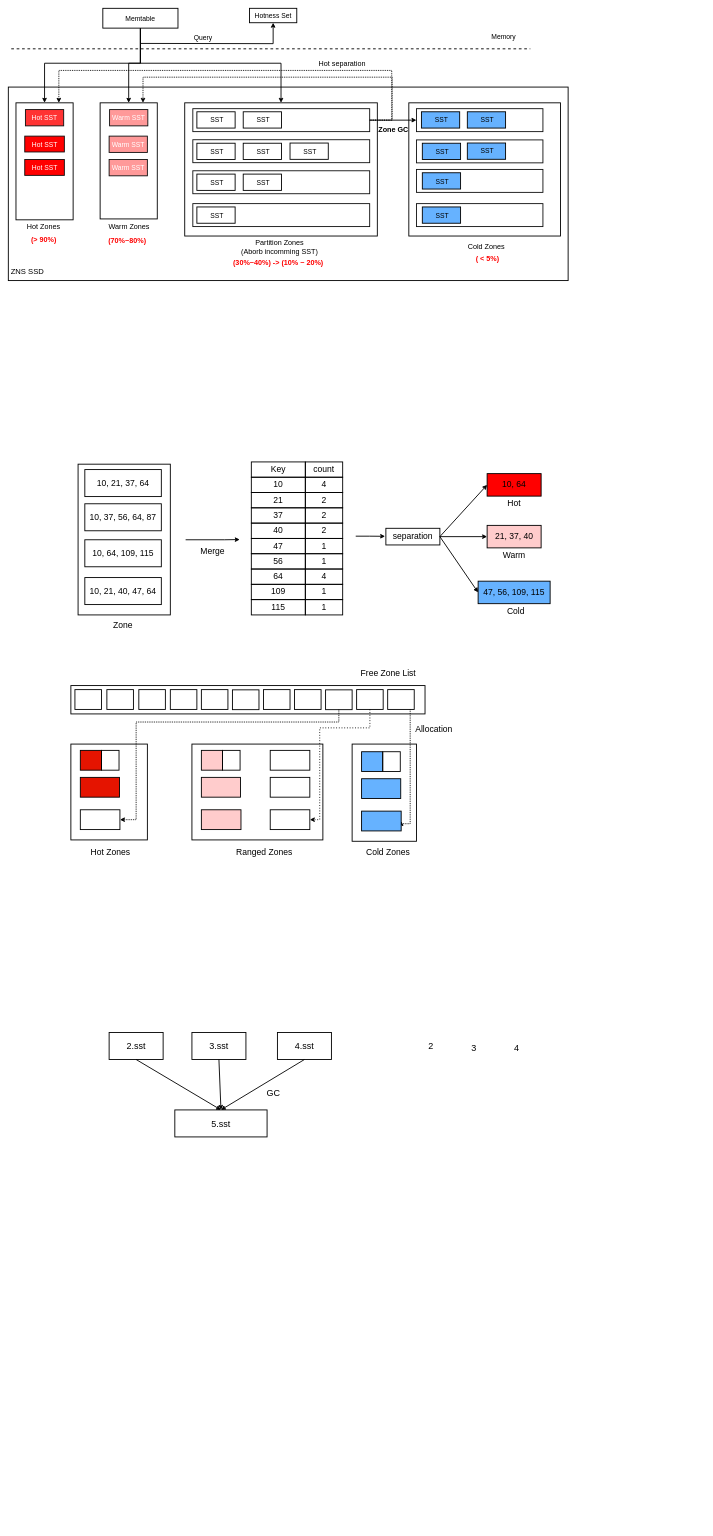
The draw.io diagram page "第 9 页" (9 of 9) of TerarkDB.drawio in Holworth/DrawIO, before the edit. Source tidied: cells renumbered, new cells numbered last; positions are measured from the earlier drawing's top-left corner, leaving out a move shared by most shapes. Both pictures are drawn from the tidied source at 45%, with x=0, y=0 at pixel (8, 8).
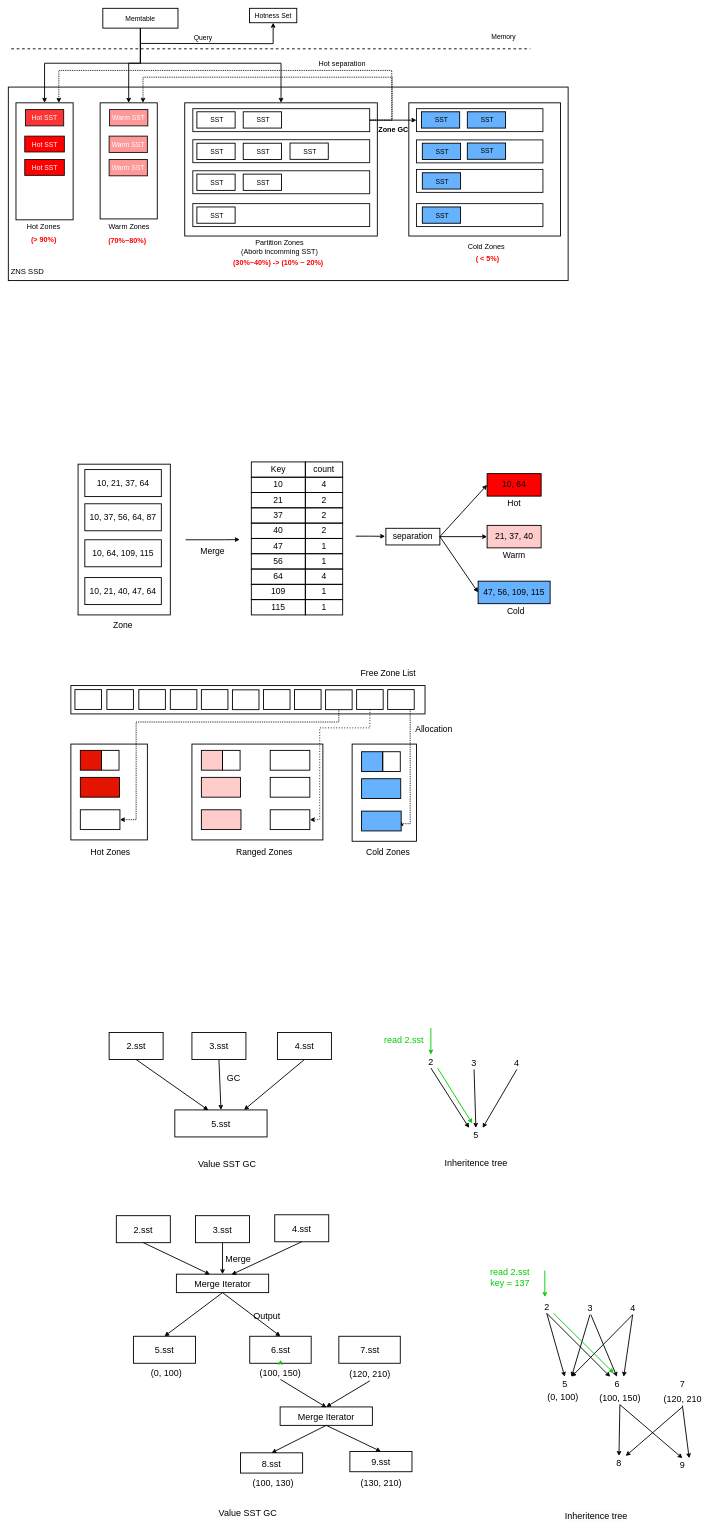
After the change.

The change refers to these unchanged cells:
```xml
<mxCell id="135" value="&lt;font style=&quot;font-size: 20px;&quot;&gt;2.sst&lt;/font&gt;" style="rounded=0;whiteSpace=wrap;html=1;fontSize=16;fillColor=none;gradientColor=default;strokeWidth=2;" parent="1" vertex="1">
  <mxGeometry x="224" y="2276" width="120" height="60" as="geometry" />
</mxCell>
<mxCell id="137" value="&lt;font style=&quot;font-size: 20px;&quot;&gt;4.sst&lt;/font&gt;" style="rounded=0;whiteSpace=wrap;html=1;fontSize=16;fillColor=none;gradientColor=default;strokeWidth=2;" parent="1" vertex="1">
  <mxGeometry x="598" y="2276" width="120" height="60" as="geometry" />
</mxCell>
<mxCell id="138" value="5.sst" style="rounded=0;whiteSpace=wrap;html=1;strokeWidth=2;fontSize=20;fillColor=none;gradientColor=default;" parent="1" vertex="1">
  <mxGeometry x="370" y="2448" width="205" height="60" as="geometry" />
</mxCell>
```

The edit, as a diff of the source:
```diff
@@
-    <mxCell id="139" style="endArrow=classic;html=1;rounded=0;strokeWidth=2;fontSize=20;exitX=0.5;exitY=1;exitDx=0;exitDy=0;entryX=0.5;entryY=0;entryDx=0;entryDy=0;" parent="1" edge="1" source="135" target="138">
+    <mxCell id="139" style="endArrow=classic;html=1;rounded=0;strokeWidth=2;fontSize=20;exitX=0.5;exitY=1;exitDx=0;exitDy=0;entryX=0.364;entryY=0.012;entryDx=0;entryDy=0;entryPerimeter=0;" parent="1" edge="1" source="135" target="138">
       <mxGeometry relative="1" as="geometry" />
     </mxCell>
@@
-    <mxCell id="141" style="endArrow=classic;html=1;rounded=0;strokeWidth=2;fontSize=20;exitX=0.5;exitY=1;exitDx=0;exitDy=0;entryX=0.5;entryY=0;entryDx=0;entryDy=0;" parent="1" edge="1" source="137" target="138">
+    <mxCell id="141" style="endArrow=classic;html=1;rounded=0;strokeWidth=2;fontSize=20;exitX=0.5;exitY=1;exitDx=0;exitDy=0;entryX=0.75;entryY=0;entryDx=0;entryDy=0;" parent="1" edge="1" source="137" target="138">
       <mxGeometry relative="1" as="geometry" />
     </mxCell>
     <mxCell id="142" value="GC" style="text;html=1;strokeColor=none;fillColor=none;align=center;verticalAlign=middle;whiteSpace=wrap;rounded=0;fontSize=20;" parent="1" vertex="1">
-      <mxGeometry x="553.5" y="2394" width="70" height="30" as="geometry" />
+      <mxGeometry x="466" y="2362" width="70" height="30" as="geometry" />
     </mxCell>
-    <mxCell id="143" value="2" style="text;html=1;strokeColor=none;fillColor=none;align=center;verticalAlign=middle;whiteSpace=wrap;rounded=0;fontSize=20;" parent="1" vertex="1">
-      <mxGeometry x="909" y="2291" width="60" height="30" as="geometry" />
+    <mxCell id="143" value="2" style="text;html=1;strokeColor=none;fillColor=none;align=center;verticalAlign=middle;whiteSpace=wrap;rounded=0;fontSize=20;strokeWidth=2;" parent="1" vertex="1">
+      <mxGeometry x="909" y="2325" width="60" height="30" as="geometry" />
     </mxCell>
-    <mxCell id="144" value="3" style="text;html=1;strokeColor=none;fillColor=none;align=center;verticalAlign=middle;whiteSpace=wrap;rounded=0;fontSize=20;" parent="1" vertex="1">
-      <mxGeometry x="1005" y="2294" width="60" height="30" as="geometry" />
+    <mxCell id="144" value="3" style="text;html=1;strokeColor=none;fillColor=none;align=center;verticalAlign=middle;whiteSpace=wrap;rounded=0;fontSize=20;strokeWidth=2;" parent="1" vertex="1">
+      <mxGeometry x="1005" y="2328" width="60" height="30" as="geometry" />
     </mxCell>
-    <mxCell id="145" value="4" style="text;html=1;strokeColor=none;fillColor=none;align=center;verticalAlign=middle;whiteSpace=wrap;rounded=0;fontSize=20;" parent="1" vertex="1">
-      <mxGeometry x="1100" y="2294" width="60" height="30" as="geometry" />
+    <mxCell id="145" value="4" style="text;html=1;strokeColor=none;fillColor=none;align=center;verticalAlign=middle;whiteSpace=wrap;rounded=0;fontSize=20;strokeWidth=2;" parent="1" vertex="1">
+      <mxGeometry x="1100" y="2328" width="60" height="30" as="geometry" />
     </mxCell>
+    <mxCell id="146" value="5" style="text;html=1;strokeColor=none;fillColor=none;align=center;verticalAlign=middle;whiteSpace=wrap;rounded=0;fontSize=20;strokeWidth=2;" parent="1" vertex="1">
+      <mxGeometry x="1009" y="2488" width="60" height="30" as="geometry" />
+    </mxCell>
+    <mxCell id="147" style="endArrow=classic;html=1;rounded=0;strokeWidth=2;fontSize=20;exitX=0.5;exitY=1;exitDx=0;exitDy=0;entryX=0.25;entryY=0;entryDx=0;entryDy=0;" parent="1" edge="1" source="143" target="146">
+      <mxGeometry relative="1" as="geometry" />
+    </mxCell>
+    <mxCell id="148" style="endArrow=classic;html=1;rounded=0;strokeWidth=2;fontSize=20;exitX=0.5;exitY=1;exitDx=0;exitDy=0;entryX=0.5;entryY=0;entryDx=0;entryDy=0;" parent="1" edge="1" source="144" target="146">
+      <mxGeometry relative="1" as="geometry" />
+    </mxCell>
+    <mxCell id="149" style="endArrow=classic;html=1;rounded=0;strokeWidth=2;fontSize=20;exitX=0.5;exitY=1;exitDx=0;exitDy=0;entryX=0.75;entryY=0;entryDx=0;entryDy=0;" parent="1" edge="1" source="145" target="146">
+      <mxGeometry relative="1" as="geometry" />
+    </mxCell>
+    <mxCell id="150" value="Inheritence tree" style="text;html=1;strokeColor=none;fillColor=none;align=center;verticalAlign=middle;whiteSpace=wrap;rounded=0;fontSize=20;" parent="1" vertex="1">
+      <mxGeometry x="959" y="2550" width="161" height="30" as="geometry" />
+    </mxCell>
+    <mxCell id="151" style="endArrow=classic;html=1;rounded=0;strokeWidth=2;fontSize=20;entryX=0.5;entryY=0;entryDx=0;entryDy=0;strokeColor=#00CC00;" parent="1" edge="1" target="143">
+      <mxGeometry relative="1" as="geometry">
+        <mxPoint x="939" y="2266" as="sourcePoint" />
+      </mxGeometry>
+    </mxCell>
+    <mxCell id="152" style="endArrow=classic;html=1;rounded=0;strokeWidth=2;fontSize=20;strokeColor=#00CC00;exitX=0.75;exitY=1;exitDx=0;exitDy=0;" parent="1" edge="1" source="143">
+      <mxGeometry relative="1" as="geometry">
+        <mxPoint x="1031" y="2478" as="targetPoint" />
+      </mxGeometry>
+    </mxCell>
+    <mxCell id="153" value="&lt;font color=&quot;#00cc00&quot;&gt;read 2.sst&lt;/font&gt;" style="text;html=1;strokeColor=none;fillColor=none;align=center;verticalAlign=middle;whiteSpace=wrap;rounded=0;fontSize=20;" parent="1" vertex="1">
+      <mxGeometry x="828" y="2276" width="102" height="30" as="geometry" />
+    </mxCell>
+    <mxCell id="154" value="Value SST GC" style="text;html=1;strokeColor=none;fillColor=none;align=center;verticalAlign=middle;whiteSpace=wrap;rounded=0;fontSize=20;" parent="1" vertex="1">
+      <mxGeometry x="406" y="2553" width="161" height="30" as="geometry" />
+    </mxCell>
+    <mxCell id="155" value="&lt;font style=&quot;font-size: 20px;&quot;&gt;2.sst&lt;/font&gt;" style="rounded=0;whiteSpace=wrap;html=1;fontSize=16;fillColor=none;gradientColor=default;strokeWidth=2;" parent="1" vertex="1">
+      <mxGeometry x="240" y="2683" width="120" height="60" as="geometry" />
+    </mxCell>
+    <mxCell id="156" value="&lt;font style=&quot;font-size: 20px;&quot;&gt;3.sst&lt;/font&gt;" style="rounded=0;whiteSpace=wrap;html=1;fontSize=16;fillColor=none;gradientColor=default;strokeWidth=2;" parent="1" vertex="1">
+      <mxGeometry x="416" y="2683" width="120" height="60" as="geometry" />
+    </mxCell>
+    <mxCell id="157" value="&lt;font style=&quot;font-size: 20px;&quot;&gt;4.sst&lt;/font&gt;" style="rounded=0;whiteSpace=wrap;html=1;fontSize=16;fillColor=none;gradientColor=default;strokeWidth=2;" parent="1" vertex="1">
+      <mxGeometry x="592" y="2681" width="120" height="60" as="geometry" />
+    </mxCell>
+    <mxCell id="158" value="Merge Iterator" style="rounded=0;whiteSpace=wrap;html=1;strokeWidth=2;fontSize=20;fillColor=none;gradientColor=default;" parent="1" vertex="1">
+      <mxGeometry x="373.5" y="2813" width="205" height="41" as="geometry" />
+    </mxCell>
+    <mxCell id="159" style="endArrow=classic;html=1;rounded=0;strokeWidth=2;fontSize=20;exitX=0.5;exitY=1;exitDx=0;exitDy=0;entryX=0.364;entryY=0.012;entryDx=0;entryDy=0;entryPerimeter=0;" parent="1" edge="1" source="155" target="158">
+      <mxGeometry relative="1" as="geometry" />
+    </mxCell>
+    <mxCell id="160" style="endArrow=classic;html=1;rounded=0;strokeWidth=2;fontSize=20;exitX=0.5;exitY=1;exitDx=0;exitDy=0;entryX=0.5;entryY=0;entryDx=0;entryDy=0;" parent="1" edge="1" source="156" target="158">
+      <mxGeometry relative="1" as="geometry" />
+    </mxCell>
+    <mxCell id="161" style="endArrow=classic;html=1;rounded=0;strokeWidth=2;fontSize=20;exitX=0.5;exitY=1;exitDx=0;exitDy=0;entryX=0.597;entryY=0.023;entryDx=0;entryDy=0;entryPerimeter=0;" parent="1" edge="1" source="157" target="158">
+      <mxGeometry relative="1" as="geometry" />
+    </mxCell>
+    <mxCell id="162" value="Value SST GC" style="text;html=1;strokeColor=none;fillColor=none;align=center;verticalAlign=middle;whiteSpace=wrap;rounded=0;fontSize=20;" parent="1" vertex="1">
+      <mxGeometry x="452" y="3328" width="161" height="30" as="geometry" />
+    </mxCell>
+    <mxCell id="163" value="&lt;font style=&quot;font-size: 20px;&quot;&gt;5.sst&lt;/font&gt;" style="rounded=0;whiteSpace=wrap;html=1;fontSize=16;fillColor=none;gradientColor=default;strokeWidth=2;" parent="1" vertex="1">
+      <mxGeometry x="278" y="2951" width="138" height="60" as="geometry" />
+    </mxCell>
+    <mxCell id="164" value="&lt;font style=&quot;font-size: 20px;&quot;&gt;6.sst&lt;/font&gt;" style="rounded=0;whiteSpace=wrap;html=1;fontSize=16;fillColor=none;gradientColor=default;strokeWidth=2;" parent="1" vertex="1">
+      <mxGeometry x="536.5" y="2951" width="136.5" height="60" as="geometry" />
+    </mxCell>
+    <mxCell id="165" style="endArrow=classic;html=1;rounded=0;strokeWidth=2;fontSize=20;exitX=0.5;exitY=1;exitDx=0;exitDy=0;entryX=0.5;entryY=0;entryDx=0;entryDy=0;" parent="1" edge="1" source="158" target="163">
+      <mxGeometry relative="1" as="geometry" />
+    </mxCell>
+    <mxCell id="166" style="endArrow=classic;html=1;rounded=0;strokeWidth=2;fontSize=20;entryX=0.5;entryY=0;entryDx=0;entryDy=0;exitX=0.5;exitY=1;exitDx=0;exitDy=0;" parent="1" edge="1" source="158" target="164">
+      <mxGeometry relative="1" as="geometry" />
+    </mxCell>
+    <mxCell id="167" value="Merge" style="text;html=1;strokeColor=none;fillColor=none;align=center;verticalAlign=middle;whiteSpace=wrap;rounded=0;fontSize=20;" parent="1" vertex="1">
+      <mxGeometry x="476" y="2763" width="70" height="30" as="geometry" />
+    </mxCell>
+    <mxCell id="168" value="Output" style="text;html=1;strokeColor=none;fillColor=none;align=center;verticalAlign=middle;whiteSpace=wrap;rounded=0;fontSize=20;" parent="1" vertex="1">
+      <mxGeometry x="540" y="2890" width="70" height="30" as="geometry" />
+    </mxCell>
+    <mxCell id="169" value="&lt;font color=&quot;#000000&quot;&gt;(0, 100)&lt;/font&gt;" style="text;html=1;strokeColor=none;fillColor=none;align=center;verticalAlign=middle;whiteSpace=wrap;rounded=0;fontSize=20;fontColor=#00CC00;" parent="1" vertex="1">
+      <mxGeometry x="300" y="3017" width="103" height="30" as="geometry" />
+    </mxCell>
+    <mxCell id="170" value="&lt;font color=&quot;#000000&quot;&gt;(100, 150)&lt;/font&gt;" style="text;html=1;strokeColor=none;fillColor=none;align=center;verticalAlign=middle;whiteSpace=wrap;rounded=0;fontSize=20;fontColor=#00CC00;" parent="1" vertex="1">
+      <mxGeometry x="553.2" y="3017" width="103" height="30" as="geometry" />
+    </mxCell>
+    <mxCell id="171" value="2" style="text;html=1;strokeColor=none;fillColor=none;align=center;verticalAlign=middle;whiteSpace=wrap;rounded=0;fontSize=20;strokeWidth=2;" parent="1" vertex="1">
+      <mxGeometry x="1166.5" y="2870" width="60" height="30" as="geometry" />
+    </mxCell>
+    <mxCell id="172" value="3" style="text;html=1;strokeColor=none;fillColor=none;align=center;verticalAlign=middle;whiteSpace=wrap;rounded=0;fontSize=20;strokeWidth=2;" parent="1" vertex="1">
+      <mxGeometry x="1262.5" y="2873" width="60" height="30" as="geometry" />
+    </mxCell>
+    <mxCell id="173" value="4" style="text;html=1;strokeColor=none;fillColor=none;align=center;verticalAlign=middle;whiteSpace=wrap;rounded=0;fontSize=20;strokeWidth=2;" parent="1" vertex="1">
+      <mxGeometry x="1357.5" y="2873" width="60" height="30" as="geometry" />
+    </mxCell>
+    <mxCell id="174" value="5" style="text;html=1;strokeColor=none;fillColor=none;align=center;verticalAlign=middle;whiteSpace=wrap;rounded=0;fontSize=20;strokeWidth=2;" parent="1" vertex="1">
+      <mxGeometry x="1206.5" y="3041" width="60" height="30" as="geometry" />
+    </mxCell>
+    <mxCell id="175" value="6" style="text;html=1;strokeColor=none;fillColor=none;align=center;verticalAlign=middle;whiteSpace=wrap;rounded=0;fontSize=20;strokeWidth=2;" parent="1" vertex="1">
+      <mxGeometry x="1322.5" y="3041" width="60" height="30" as="geometry" />
+    </mxCell>
+    <mxCell id="176" style="endArrow=classic;html=1;rounded=0;strokeWidth=2;fontSize=20;exitX=0.5;exitY=1;exitDx=0;exitDy=0;entryX=0.5;entryY=0;entryDx=0;entryDy=0;" parent="1" edge="1" source="171" target="174">
+      <mxGeometry relative="1" as="geometry" />
+    </mxCell>
+    <mxCell id="177" style="endArrow=classic;html=1;rounded=0;strokeWidth=2;fontSize=20;exitX=0.5;exitY=1;exitDx=0;exitDy=0;entryX=0.75;entryY=0;entryDx=0;entryDy=0;" parent="1" edge="1" source="172" target="174">
+      <mxGeometry relative="1" as="geometry" />
+    </mxCell>
+    <mxCell id="178" style="endArrow=classic;html=1;rounded=0;strokeWidth=2;fontSize=20;exitX=0.5;exitY=1;exitDx=0;exitDy=0;entryX=0.75;entryY=0;entryDx=0;entryDy=0;" parent="1" edge="1" source="173" target="174">
+      <mxGeometry relative="1" as="geometry" />
+    </mxCell>
+    <mxCell id="179" style="endArrow=classic;html=1;rounded=0;strokeWidth=2;fontSize=20;exitX=0.5;exitY=1;exitDx=0;exitDy=0;" parent="1" edge="1" source="171" target="175">
+      <mxGeometry relative="1" as="geometry" />
+    </mxCell>
+    <mxCell id="180" style="endArrow=classic;html=1;rounded=0;strokeWidth=2;fontSize=20;entryX=0.5;entryY=0;entryDx=0;entryDy=0;" parent="1" edge="1" target="175">
+      <mxGeometry relative="1" as="geometry">
+        <mxPoint x="1294.5" y="2903" as="sourcePoint" />
+      </mxGeometry>
+    </mxCell>
+    <mxCell id="181" style="endArrow=classic;html=1;rounded=0;strokeWidth=2;fontSize=20;exitX=0.5;exitY=1;exitDx=0;exitDy=0;entryX=0.75;entryY=0;entryDx=0;entryDy=0;" parent="1" edge="1" source="173" target="175">
+      <mxGeometry relative="1" as="geometry" />
+    </mxCell>
+    <mxCell id="182" value="&lt;font color=&quot;#000000&quot;&gt;(0, 100)&lt;/font&gt;" style="text;html=1;strokeColor=none;fillColor=none;align=center;verticalAlign=middle;whiteSpace=wrap;rounded=0;fontSize=20;fontColor=#00CC00;" parent="1" vertex="1">
+      <mxGeometry x="1180.5" y="3071" width="103" height="30" as="geometry" />
+    </mxCell>
+    <mxCell id="183" value="&lt;font color=&quot;#000000&quot;&gt;(100, 150)&lt;/font&gt;" style="text;html=1;strokeColor=none;fillColor=none;align=center;verticalAlign=middle;whiteSpace=wrap;rounded=0;fontSize=20;fontColor=#00CC00;" parent="1" vertex="1">
+      <mxGeometry x="1307.5" y="3073" width="103" height="30" as="geometry" />
+    </mxCell>
+    <mxCell id="184" value="&lt;span style=&quot;color: rgb(0, 0, 0); font-family: Helvetica; font-size: 20px; font-style: normal; font-variant-ligatures: normal; font-variant-caps: normal; font-weight: 400; letter-spacing: normal; orphans: 2; text-align: center; text-indent: 0px; text-transform: none; widows: 2; word-spacing: 0px; -webkit-text-stroke-width: 0px; background-color: rgb(251, 251, 251); text-decoration-thickness: initial; text-decoration-style: initial; text-decoration-color: initial; float: none; display: inline !important;&quot;&gt;Inheritence tree&lt;/span&gt;" style="text;whiteSpace=wrap;html=1;fontSize=20;fontColor=#000000;" parent="1" vertex="1">
+      <mxGeometry x="1234.5" y="3332" width="167" height="46" as="geometry" />
+    </mxCell>
+    <mxCell id="185" value="&lt;font color=&quot;#00cc00&quot;&gt;read 2.sst&lt;br&gt;key = 137&lt;br&gt;&lt;/font&gt;" style="text;html=1;strokeColor=none;fillColor=none;align=center;verticalAlign=middle;whiteSpace=wrap;rounded=0;fontSize=20;" parent="1" vertex="1">
+      <mxGeometry x="1064" y="2805" width="102" height="30" as="geometry" />
+    </mxCell>
+    <mxCell id="186" style="endArrow=classic;html=1;rounded=0;strokeWidth=2;fontSize=20;entryX=0.5;entryY=0;entryDx=0;entryDy=0;strokeColor=#00CC00;" parent="1" edge="1">
+      <mxGeometry relative="1" as="geometry">
+        <mxPoint x="1192.2" y="2805" as="sourcePoint" />
+        <mxPoint x="1192.2" y="2864" as="targetPoint" />
+      </mxGeometry>
+    </mxCell>
+    <mxCell id="187" style="endArrow=classic;html=1;rounded=0;strokeWidth=2;fontSize=20;strokeColor=#00CC00;exitX=0.75;exitY=1;exitDx=0;exitDy=0;" parent="1" edge="1" source="171">
+      <mxGeometry relative="1" as="geometry">
+        <mxPoint x="1345.5" y="3033" as="targetPoint" />
+      </mxGeometry>
+    </mxCell>
+    <mxCell id="188" style="edgeStyle=orthogonalEdgeStyle;rounded=0;orthogonalLoop=1;jettySize=auto;html=1;exitX=0.5;exitY=1;exitDx=0;exitDy=0;entryX=0.504;entryY=0.869;entryDx=0;entryDy=0;entryPerimeter=0;strokeColor=#00CC00;strokeWidth=2;fontSize=20;fontColor=#000000;" parent="1" edge="1" source="164" target="164">
+      <mxGeometry relative="1" as="geometry" />
+    </mxCell>
+    <mxCell id="189" value="&lt;font style=&quot;font-size: 20px;&quot;&gt;7.sst&lt;/font&gt;" style="rounded=0;whiteSpace=wrap;html=1;fontSize=16;fillColor=none;gradientColor=default;strokeWidth=2;" parent="1" vertex="1">
+      <mxGeometry x="734.5" y="2951" width="136.5" height="60" as="geometry" />
+    </mxCell>
+    <mxCell id="190" value="&lt;font color=&quot;#000000&quot;&gt;(120, 210)&lt;/font&gt;" style="text;html=1;strokeColor=none;fillColor=none;align=center;verticalAlign=middle;whiteSpace=wrap;rounded=0;fontSize=20;fontColor=#00CC00;" parent="1" vertex="1">
+      <mxGeometry x="752" y="3020" width="103" height="30" as="geometry" />
+    </mxCell>
+    <mxCell id="191" value="Merge Iterator" style="rounded=0;whiteSpace=wrap;html=1;strokeWidth=2;fontSize=20;fillColor=none;gradientColor=default;" parent="1" vertex="1">
+      <mxGeometry x="604" y="3108" width="205" height="41" as="geometry" />
+    </mxCell>
+    <mxCell id="192" style="endArrow=classic;html=1;rounded=0;strokeWidth=2;fontSize=20;exitX=0.5;exitY=1;exitDx=0;exitDy=0;" parent="1" edge="1" source="170">
+      <mxGeometry relative="1" as="geometry">
+        <mxPoint x="707" y="3109" as="targetPoint" />
+      </mxGeometry>
+    </mxCell>
+    <mxCell id="193" style="endArrow=classic;html=1;rounded=0;strokeWidth=2;fontSize=20;exitX=0.5;exitY=1;exitDx=0;exitDy=0;entryX=0.5;entryY=0;entryDx=0;entryDy=0;" parent="1" edge="1" source="190" target="191">
+      <mxGeometry relative="1" as="geometry" />
+    </mxCell>
+    <mxCell id="194" value="&lt;font style=&quot;font-size: 20px;&quot;&gt;8.sst&lt;/font&gt;" style="rounded=0;whiteSpace=wrap;html=1;fontSize=16;fillColor=none;gradientColor=default;strokeWidth=2;" parent="1" vertex="1">
+      <mxGeometry x="516" y="3210" width="138" height="45" as="geometry" />
+    </mxCell>
+    <mxCell id="195" value="&lt;font style=&quot;font-size: 20px;&quot;&gt;9.sst&lt;/font&gt;" style="rounded=0;whiteSpace=wrap;html=1;fontSize=16;fillColor=none;gradientColor=default;strokeWidth=2;" parent="1" vertex="1">
+      <mxGeometry x="759" y="3207" width="138" height="45" as="geometry" />
+    </mxCell>
+    <mxCell id="196" value="&lt;font color=&quot;#000000&quot;&gt;(100, 130)&lt;/font&gt;" style="text;html=1;strokeColor=none;fillColor=none;align=center;verticalAlign=middle;whiteSpace=wrap;rounded=0;fontSize=20;fontColor=#00CC00;" parent="1" vertex="1">
+      <mxGeometry x="537" y="3262" width="103" height="30" as="geometry" />
+    </mxCell>
+    <mxCell id="197" value="&lt;font color=&quot;#000000&quot;&gt;(130, 210)&lt;/font&gt;" style="text;html=1;strokeColor=none;fillColor=none;align=center;verticalAlign=middle;whiteSpace=wrap;rounded=0;fontSize=20;fontColor=#00CC00;" parent="1" vertex="1">
+      <mxGeometry x="777" y="3262" width="103" height="30" as="geometry" />
+    </mxCell>
+    <mxCell id="198" style="endArrow=classic;html=1;rounded=0;strokeWidth=2;fontSize=20;exitX=0.5;exitY=1;exitDx=0;exitDy=0;entryX=0.5;entryY=0;entryDx=0;entryDy=0;" parent="1" edge="1" source="191" target="194">
+      <mxGeometry relative="1" as="geometry" />
+    </mxCell>
+    <mxCell id="199" style="endArrow=classic;html=1;rounded=0;strokeWidth=2;fontSize=20;exitX=0.5;exitY=1;exitDx=0;exitDy=0;entryX=0.5;entryY=0;entryDx=0;entryDy=0;" parent="1" edge="1" source="191" target="195">
+      <mxGeometry relative="1" as="geometry" />
+    </mxCell>
+    <mxCell id="200" value="7" style="text;html=1;strokeColor=none;fillColor=none;align=center;verticalAlign=middle;whiteSpace=wrap;rounded=0;fontSize=20;strokeWidth=2;" parent="1" vertex="1">
+      <mxGeometry x="1468" y="3041" width="60" height="30" as="geometry" />
+    </mxCell>
+    <mxCell id="201" value="&lt;font color=&quot;#000000&quot;&gt;(120, 210&lt;/font&gt;" style="text;html=1;strokeColor=none;fillColor=none;align=center;verticalAlign=middle;whiteSpace=wrap;rounded=0;fontSize=20;fontColor=#00CC00;" parent="1" vertex="1">
+      <mxGeometry x="1446.5" y="3075" width="103" height="30" as="geometry" />
+    </mxCell>
+    <mxCell id="202" value="8" style="text;html=1;strokeColor=none;fillColor=none;align=center;verticalAlign=middle;whiteSpace=wrap;rounded=0;fontSize=20;strokeWidth=2;" parent="1" vertex="1">
+      <mxGeometry x="1327" y="3217" width="60" height="30" as="geometry" />
+    </mxCell>
+    <mxCell id="203" value="9" style="text;html=1;strokeColor=none;fillColor=none;align=center;verticalAlign=middle;whiteSpace=wrap;rounded=0;fontSize=20;strokeWidth=2;" parent="1" vertex="1">
+      <mxGeometry x="1468" y="3222" width="60" height="30" as="geometry" />
+    </mxCell>
+    <mxCell id="204" style="endArrow=classic;html=1;rounded=0;strokeWidth=2;fontSize=20;entryX=0.5;entryY=0;entryDx=0;entryDy=0;exitX=0.5;exitY=1;exitDx=0;exitDy=0;" parent="1" edge="1" source="183" target="203">
+      <mxGeometry relative="1" as="geometry" />
+    </mxCell>
+    <mxCell id="205" style="endArrow=classic;html=1;rounded=0;strokeWidth=2;fontSize=20;entryX=0.75;entryY=0;entryDx=0;entryDy=0;exitX=0.5;exitY=1;exitDx=0;exitDy=0;" parent="1" edge="1" source="201" target="203">
+      <mxGeometry relative="1" as="geometry" />
+    </mxCell>
+    <mxCell id="206" style="endArrow=classic;html=1;rounded=0;strokeWidth=2;fontSize=20;entryX=0.5;entryY=0;entryDx=0;entryDy=0;exitX=0.5;exitY=1;exitDx=0;exitDy=0;" parent="1" edge="1" source="183" target="202">
+      <mxGeometry relative="1" as="geometry" />
+    </mxCell>
+    <mxCell id="207" style="endArrow=classic;html=1;rounded=0;strokeWidth=2;fontSize=20;entryX=0.75;entryY=0;entryDx=0;entryDy=0;" parent="1" edge="1" target="202">
+      <mxGeometry relative="1" as="geometry">
+        <mxPoint x="1498" y="3108" as="sourcePoint" />
+      </mxGeometry>
+    </mxCell>
```
